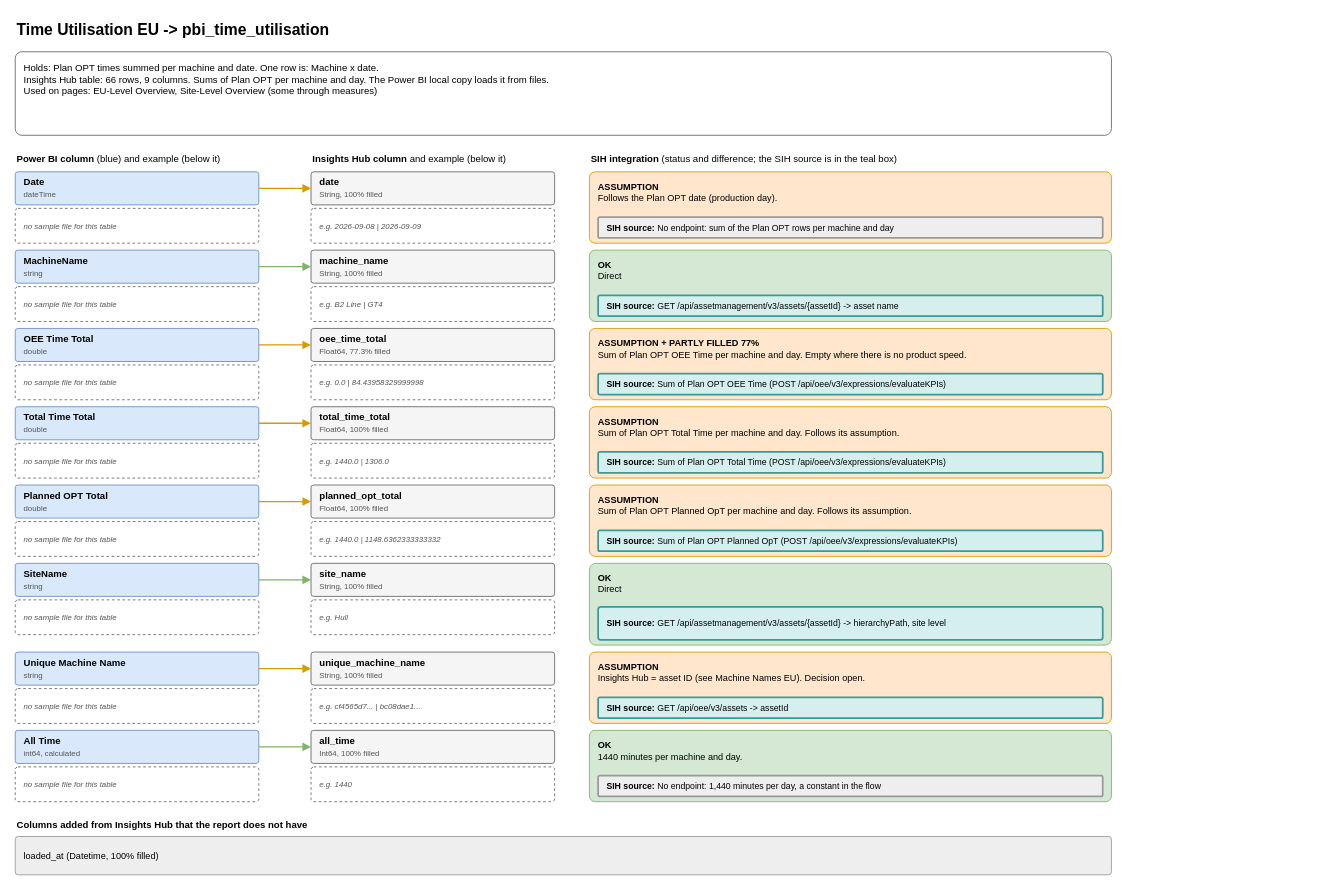
Above: page "3 Time Utilisation EU" (4 of 10) of diagrams/powerbi-data-map.drawio in AbiyyuMufti/SIH-IBMX-R (draw.io), before the change. Source tidied: cells renumbered, new cells numbered last; positions are measured from the earlier drawing's top-left corner, leaving out a move shared by most shapes. Both pictures are drawn from the tidied source at 87%, with x=0, y=0 at pixel (15, 15).
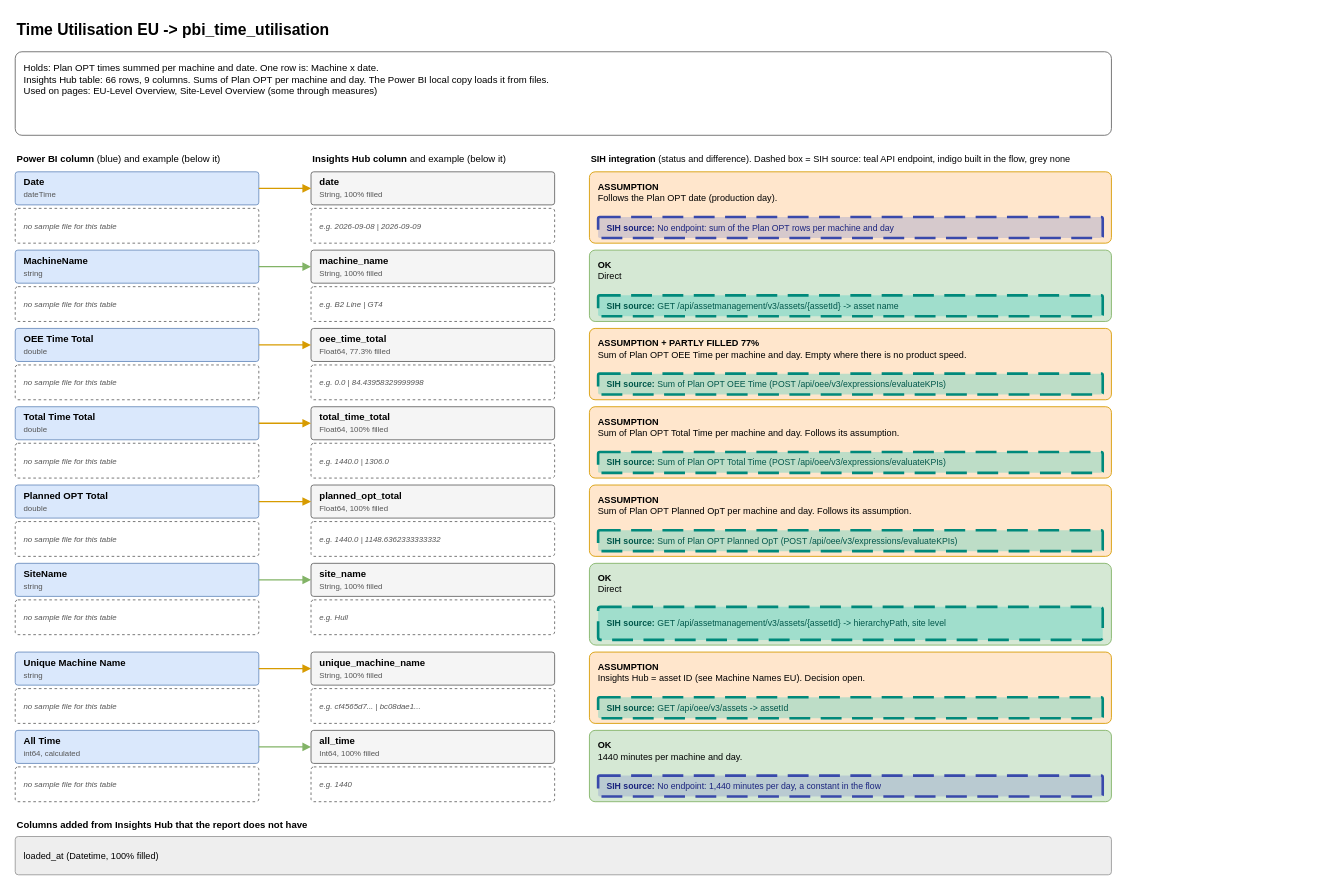
The same diagram, later.

Commit message (it also covers changes not shown here):
Diagram: SIH source boxes with bold dashed border, see-through fill, teal/indigo/grey

Diff of the diagram source:
```diff
@@
-    <mxCell id="6" value="&lt;b&gt;SIH integration&lt;/b&gt; (status and difference; the SIH source is in the teal box)" style="text;html=1;whiteSpace=wrap;align=left;verticalAlign=top;fontSize=12;fontSize=11;" parent="1" vertex="1">
+    <mxCell id="6" value="&lt;b&gt;SIH integration&lt;/b&gt; (status and difference). Dashed box = SIH source: teal API endpoint, indigo built in the flow, grey none" style="text;html=1;whiteSpace=wrap;align=left;verticalAlign=top;fontSize=12;fontSize=10.5;" parent="1" vertex="1">
       <mxGeometry x="660" y="152" width="600" height="20" as="geometry" />
     </mxCell>
@@
-    <mxCell id="13" value="&lt;b&gt;SIH source: &lt;/b&gt;No endpoint: sum of the Plan OPT rows per machine and day" style="rounded=1;whiteSpace=wrap;html=1;align=left;verticalAlign=middle;spacingLeft=8;spacingRight=6;spacingTop=2;spacingBottom=2;fontSize=11;arcSize=8;fillColor=#eeeeee;strokeColor=#999999;verticalAlign=middle;fontSize=10;strokeWidth=2;" parent="1" vertex="1">
+    <mxCell id="13" value="&lt;b&gt;SIH source: &lt;/b&gt;No endpoint: sum of the Plan OPT rows per machine and day" style="rounded=1;whiteSpace=wrap;html=1;align=left;verticalAlign=middle;spacingLeft=8;spacingRight=6;spacingTop=2;spacingBottom=2;fontSize=11;arcSize=8;fillColor=#7986CB;strokeColor=#3949AB;verticalAlign=middle;fontSize=10;dashed=1;dashPattern=8 4;strokeWidth=3;fillOpacity=30;fontColor=#1A237E;" parent="1" vertex="1">
       <mxGeometry x="670" y="232" width="580" height="24" as="geometry" />
     </mxCell>
@@
-    <mxCell id="20" value="&lt;b&gt;SIH source: &lt;/b&gt;GET /api/assetmanagement/v3/assets/{assetId} -&amp;gt; asset name" style="rounded=1;whiteSpace=wrap;html=1;align=left;verticalAlign=middle;spacingLeft=8;spacingRight=6;spacingTop=2;spacingBottom=2;fontSize=11;arcSize=8;fillColor=#d5efee;strokeColor=#3c9a96;verticalAlign=middle;fontSize=10;strokeWidth=2;" parent="1" vertex="1">
+    <mxCell id="20" value="&lt;b&gt;SIH source: &lt;/b&gt;GET /api/assetmanagement/v3/assets/{assetId} -&amp;gt; asset name" style="rounded=1;whiteSpace=wrap;html=1;align=left;verticalAlign=middle;spacingLeft=8;spacingRight=6;spacingTop=2;spacingBottom=2;fontSize=11;arcSize=8;fillColor=#26C6B8;strokeColor=#00897B;verticalAlign=middle;fontSize=10;dashed=1;dashPattern=8 4;strokeWidth=3;fillOpacity=30;fontColor=#00574B;" parent="1" vertex="1">
       <mxGeometry x="670" y="322" width="580" height="24" as="geometry" />
     </mxCell>
@@
-    <mxCell id="27" value="&lt;b&gt;SIH source: &lt;/b&gt;Sum of Plan OPT OEE Time (POST /api/oee/v3/expressions/evaluateKPIs)" style="rounded=1;whiteSpace=wrap;html=1;align=left;verticalAlign=middle;spacingLeft=8;spacingRight=6;spacingTop=2;spacingBottom=2;fontSize=11;arcSize=8;fillColor=#d5efee;strokeColor=#3c9a96;verticalAlign=middle;fontSize=10;strokeWidth=2;" parent="1" vertex="1">
+    <mxCell id="27" value="&lt;b&gt;SIH source: &lt;/b&gt;Sum of Plan OPT OEE Time (POST /api/oee/v3/expressions/evaluateKPIs)" style="rounded=1;whiteSpace=wrap;html=1;align=left;verticalAlign=middle;spacingLeft=8;spacingRight=6;spacingTop=2;spacingBottom=2;fontSize=11;arcSize=8;fillColor=#26C6B8;strokeColor=#00897B;verticalAlign=middle;fontSize=10;dashed=1;dashPattern=8 4;strokeWidth=3;fillOpacity=30;fontColor=#00574B;" parent="1" vertex="1">
       <mxGeometry x="670" y="412" width="580" height="24" as="geometry" />
     </mxCell>
@@
-    <mxCell id="34" value="&lt;b&gt;SIH source: &lt;/b&gt;Sum of Plan OPT Total Time (POST /api/oee/v3/expressions/evaluateKPIs)" style="rounded=1;whiteSpace=wrap;html=1;align=left;verticalAlign=middle;spacingLeft=8;spacingRight=6;spacingTop=2;spacingBottom=2;fontSize=11;arcSize=8;fillColor=#d5efee;strokeColor=#3c9a96;verticalAlign=middle;fontSize=10;strokeWidth=2;" parent="1" vertex="1">
+    <mxCell id="34" value="&lt;b&gt;SIH source: &lt;/b&gt;Sum of Plan OPT Total Time (POST /api/oee/v3/expressions/evaluateKPIs)" style="rounded=1;whiteSpace=wrap;html=1;align=left;verticalAlign=middle;spacingLeft=8;spacingRight=6;spacingTop=2;spacingBottom=2;fontSize=11;arcSize=8;fillColor=#26C6B8;strokeColor=#00897B;verticalAlign=middle;fontSize=10;dashed=1;dashPattern=8 4;strokeWidth=3;fillOpacity=30;fontColor=#00574B;" parent="1" vertex="1">
       <mxGeometry x="670" y="502" width="580" height="24" as="geometry" />
     </mxCell>
@@
-    <mxCell id="41" value="&lt;b&gt;SIH source: &lt;/b&gt;Sum of Plan OPT Planned OpT (POST /api/oee/v3/expressions/evaluateKPIs)" style="rounded=1;whiteSpace=wrap;html=1;align=left;verticalAlign=middle;spacingLeft=8;spacingRight=6;spacingTop=2;spacingBottom=2;fontSize=11;arcSize=8;fillColor=#d5efee;strokeColor=#3c9a96;verticalAlign=middle;fontSize=10;strokeWidth=2;" parent="1" vertex="1">
+    <mxCell id="41" value="&lt;b&gt;SIH source: &lt;/b&gt;Sum of Plan OPT Planned OpT (POST /api/oee/v3/expressions/evaluateKPIs)" style="rounded=1;whiteSpace=wrap;html=1;align=left;verticalAlign=middle;spacingLeft=8;spacingRight=6;spacingTop=2;spacingBottom=2;fontSize=11;arcSize=8;fillColor=#26C6B8;strokeColor=#00897B;verticalAlign=middle;fontSize=10;dashed=1;dashPattern=8 4;strokeWidth=3;fillOpacity=30;fontColor=#00574B;" parent="1" vertex="1">
       <mxGeometry x="670" y="592" width="580" height="24" as="geometry" />
     </mxCell>
@@
-    <mxCell id="48" value="&lt;b&gt;SIH source: &lt;/b&gt;GET /api/assetmanagement/v3/assets/{assetId} -&amp;gt; hierarchyPath, site level" style="rounded=1;whiteSpace=wrap;html=1;align=left;verticalAlign=middle;spacingLeft=8;spacingRight=6;spacingTop=2;spacingBottom=2;fontSize=11;arcSize=8;fillColor=#d5efee;strokeColor=#3c9a96;verticalAlign=middle;fontSize=10;strokeWidth=2;" parent="1" vertex="1">
+    <mxCell id="48" value="&lt;b&gt;SIH source: &lt;/b&gt;GET /api/assetmanagement/v3/assets/{assetId} -&amp;gt; hierarchyPath, site level" style="rounded=1;whiteSpace=wrap;html=1;align=left;verticalAlign=middle;spacingLeft=8;spacingRight=6;spacingTop=2;spacingBottom=2;fontSize=11;arcSize=8;fillColor=#26C6B8;strokeColor=#00897B;verticalAlign=middle;fontSize=10;dashed=1;dashPattern=8 4;strokeWidth=3;fillOpacity=30;fontColor=#00574B;" parent="1" vertex="1">
       <mxGeometry x="670" y="680" width="580" height="38" as="geometry" />
     </mxCell>
@@
-    <mxCell id="55" value="&lt;b&gt;SIH source: &lt;/b&gt;GET /api/oee/v3/assets -&amp;gt; assetId" style="rounded=1;whiteSpace=wrap;html=1;align=left;verticalAlign=middle;spacingLeft=8;spacingRight=6;spacingTop=2;spacingBottom=2;fontSize=11;arcSize=8;fillColor=#d5efee;strokeColor=#3c9a96;verticalAlign=middle;fontSize=10;strokeWidth=2;" parent="1" vertex="1">
+    <mxCell id="55" value="&lt;b&gt;SIH source: &lt;/b&gt;GET /api/oee/v3/assets -&amp;gt; assetId" style="rounded=1;whiteSpace=wrap;html=1;align=left;verticalAlign=middle;spacingLeft=8;spacingRight=6;spacingTop=2;spacingBottom=2;fontSize=11;arcSize=8;fillColor=#26C6B8;strokeColor=#00897B;verticalAlign=middle;fontSize=10;dashed=1;dashPattern=8 4;strokeWidth=3;fillOpacity=30;fontColor=#00574B;" parent="1" vertex="1">
       <mxGeometry x="670" y="784" width="580" height="24" as="geometry" />
     </mxCell>
@@
-    <mxCell id="62" value="&lt;b&gt;SIH source: &lt;/b&gt;No endpoint: 1,440 minutes per day, a constant in the flow" style="rounded=1;whiteSpace=wrap;html=1;align=left;verticalAlign=middle;spacingLeft=8;spacingRight=6;spacingTop=2;spacingBottom=2;fontSize=11;arcSize=8;fillColor=#eeeeee;strokeColor=#999999;verticalAlign=middle;fontSize=10;strokeWidth=2;" parent="1" vertex="1">
+    <mxCell id="62" value="&lt;b&gt;SIH source: &lt;/b&gt;No endpoint: 1,440 minutes per day, a constant in the flow" style="rounded=1;whiteSpace=wrap;html=1;align=left;verticalAlign=middle;spacingLeft=8;spacingRight=6;spacingTop=2;spacingBottom=2;fontSize=11;arcSize=8;fillColor=#7986CB;strokeColor=#3949AB;verticalAlign=middle;fontSize=10;dashed=1;dashPattern=8 4;strokeWidth=3;fillOpacity=30;fontColor=#1A237E;" parent="1" vertex="1">
       <mxGeometry x="670" y="874" width="580" height="24" as="geometry" />
     </mxCell>
```
